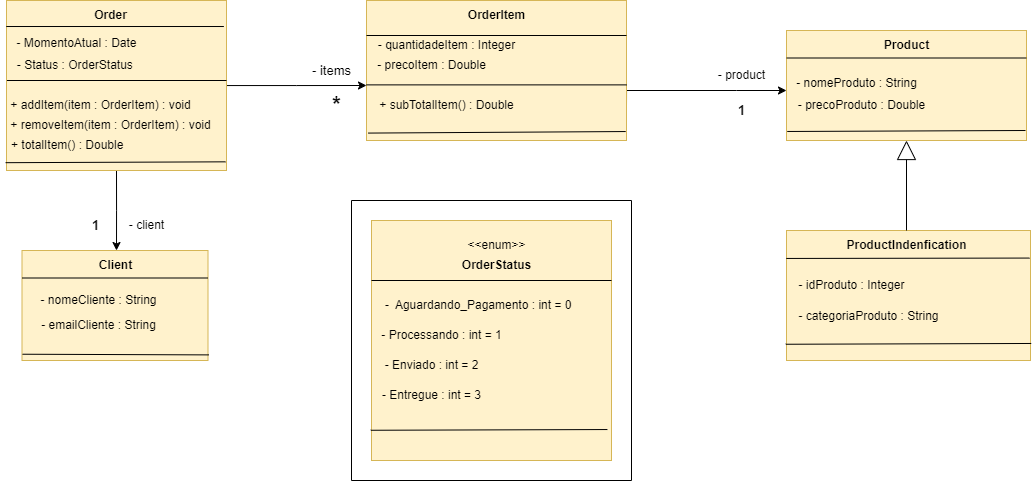
Earlier version of the draw.io export Imagens/Arquitetura_updated.drawio.png (devpaulojr/OrderingSystem). Source tidied: cells renumbered, new cells last; positions are measured from the earlier drawing's top-left corner, leaving out a move shared by most shapes.
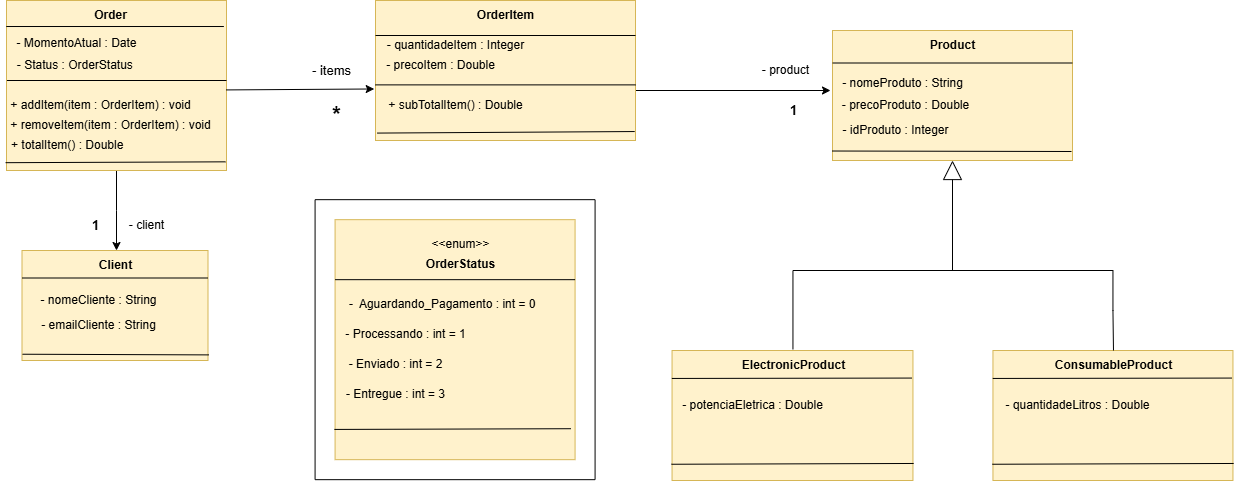
Later version of the same file.

Commit message:
nova atualização

The edit, as a diff of the source:
```diff
@@ -7,11 +7,6 @@
         <mxPoint x="116" y="250" as="targetPoint" />
       </mxGeometry>
     </mxCell>
-    <mxCell id="3" style="edgeStyle=orthogonalEdgeStyle;rounded=0;jettySize=auto;html=1;" parent="1" edge="1" source="4">
-      <mxGeometry relative="1" as="geometry">
-        <mxPoint x="366" y="85" as="targetPoint" />
-      </mxGeometry>
-    </mxCell>
     <mxCell id="4" style="rounded=0;whiteSpace=wrap;html=1;fillColor=#fff2cc;strokeColor=#d6b656;" parent="1" vertex="1">
       <mxGeometry x="6" width="220" height="170" as="geometry" />
     </mxCell>
@@ -57,50 +52,48 @@
     <mxCell id="17" style="endArrow=none;html=1;rounded=0;entryX=0;entryY=0.25;entryDx=0;entryDy=0;exitX=1;exitY=0.25;exitDx=0;exitDy=0;" parent="1" edge="1" source="13" target="13">
       <mxGeometry relative="1" as="geometry" />
     </mxCell>
-    <mxCell id="18" style="edgeStyle=orthogonalEdgeStyle;rounded=0;jettySize=auto;html=1;exitX=1;exitY=0.75;exitDx=0;exitDy=0;" parent="1" edge="1" source="19">
+    <mxCell id="18" style="edgeStyle=orthogonalEdgeStyle;rounded=0;jettySize=auto;html=1;exitX=1;exitY=0.75;exitDx=0;exitDy=0;entryX=0;entryY=0;entryDx=0;entryDy=0;entryPerimeter=0;" parent="1" edge="1" source="19" target="29">
       <mxGeometry relative="1" as="geometry">
-        <mxPoint x="786" y="90" as="targetPoint" />
         <Array as="points">
-          <mxPoint x="736" y="90" />
-          <mxPoint x="736" y="90" />
+          <mxPoint x="626" y="90" />
         </Array>
       </mxGeometry>
     </mxCell>
     <mxCell id="19" style="rounded=0;whiteSpace=wrap;html=1;fillColor=#fff2cc;strokeColor=#d6b656;" parent="1" vertex="1">
-      <mxGeometry x="366" width="260" height="140" as="geometry" />
+      <mxGeometry x="375" width="260" height="140" as="geometry" />
     </mxCell>
     <mxCell id="20" value="&lt;b&gt;OrderItem&lt;/b&gt;" style="text;html=1;align=center;verticalAlign=middle;strokeColor=none;fillColor=none;" parent="1" vertex="1">
-      <mxGeometry x="456" width="80" height="30" as="geometry" />
+      <mxGeometry x="465" width="80" height="30" as="geometry" />
     </mxCell>
     <mxCell id="21" style="endArrow=none;html=1;rounded=0;entryX=1;entryY=0.25;entryDx=0;entryDy=0;exitX=0;exitY=0.25;exitDx=0;exitDy=0;elbow=vertical;" parent="1" edge="1" source="19" target="19">
       <mxGeometry relative="1" as="geometry" />
     </mxCell>
     <mxCell id="22" value="- quantidadeItem : Integer" style="text;html=1;align=center;verticalAlign=middle;strokeColor=none;fillColor=none;" parent="1" vertex="1">
-      <mxGeometry x="366" y="30" width="160" height="30" as="geometry" />
+      <mxGeometry x="375" y="30" width="160" height="30" as="geometry" />
     </mxCell>
     <mxCell id="23" value="- precoItem : Double" style="text;html=1;align=center;verticalAlign=middle;strokeColor=none;fillColor=none;" parent="1" vertex="1">
-      <mxGeometry x="366" y="50" width="130" height="30" as="geometry" />
+      <mxGeometry x="375" y="50" width="130" height="30" as="geometry" />
     </mxCell>
     <mxCell id="24" style="endArrow=none;html=1;rounded=0;entryX=1;entryY=0.75;entryDx=0;entryDy=0;exitX=0;exitY=0.75;exitDx=0;exitDy=0;" parent="1" edge="1">
       <mxGeometry relative="1" as="geometry">
-        <mxPoint x="366" y="84.4" as="sourcePoint" />
-        <mxPoint x="626" y="84.4" as="targetPoint" />
+        <mxPoint x="375" y="84.4" as="sourcePoint" />
+        <mxPoint x="635" y="84.4" as="targetPoint" />
       </mxGeometry>
     </mxCell>
     <mxCell id="25" value="+ subTotalItem() : Double" style="text;html=1;align=center;verticalAlign=middle;strokeColor=none;fillColor=none;" parent="1" vertex="1">
-      <mxGeometry x="366" y="90" width="160" height="30" as="geometry" />
+      <mxGeometry x="375" y="90" width="160" height="30" as="geometry" />
     </mxCell>
     <mxCell id="26" style="rounded=0;whiteSpace=wrap;html=1;fillColor=#fff2cc;strokeColor=#d6b656;" parent="1" vertex="1">
-      <mxGeometry x="786" y="30" width="240" height="110" as="geometry" />
+      <mxGeometry x="832" y="30" width="240" height="130" as="geometry" />
     </mxCell>
     <mxCell id="27" value="&lt;b&gt;Product&lt;/b&gt;" style="text;html=1;align=center;verticalAlign=middle;strokeColor=none;fillColor=none;" parent="1" vertex="1">
-      <mxGeometry x="871" y="30" width="70" height="30" as="geometry" />
+      <mxGeometry x="917" y="30" width="70" height="30" as="geometry" />
     </mxCell>
     <mxCell id="28" value="- nomeProduto : String&lt;div&gt;&lt;div&gt;&lt;br&gt;&lt;/div&gt;&lt;/div&gt;" style="text;html=1;align=center;verticalAlign=middle;strokeColor=none;fillColor=none;" parent="1" vertex="1">
-      <mxGeometry x="786" y="70" width="140" height="40" as="geometry" />
+      <mxGeometry x="832" y="70" width="140" height="40" as="geometry" />
     </mxCell>
     <mxCell id="29" value="- precoProduto : Double" style="text;html=1;align=center;verticalAlign=middle;points=[];strokeColor=none;fillColor=none;" parent="1" vertex="1">
-      <mxGeometry x="786" y="90" width="150" height="30" as="geometry" />
+      <mxGeometry x="830" y="90" width="150" height="30" as="geometry" />
     </mxCell>
     <mxCell id="30" style="endArrow=none;html=1;rounded=0;entryX=1;entryY=0.25;entryDx=0;entryDy=0;exitX=0;exitY=0.25;exitDx=0;exitDy=0;" parent="1" edge="1" source="26" target="26">
       <mxGeometry relative="1" as="geometry" />
@@ -114,64 +107,64 @@
     <mxCell id="33" style="endArrow=none;html=1;rounded=0;exitX=0.006;exitY=0.947;exitDx=0;exitDy=0;exitPerimeter=0;entryX=0.997;entryY=0.936;entryDx=0;entryDy=0;entryPerimeter=0;" parent="1" edge="1" source="19" target="19">
       <mxGeometry relative="1" as="geometry" />
     </mxCell>
-    <mxCell id="34" style="endArrow=none;html=1;rounded=0;entryX=0.003;entryY=0.918;entryDx=0;entryDy=0;entryPerimeter=0;" parent="1" edge="1" target="26">
+    <mxCell id="34" style="endArrow=none;html=1;rounded=0;entryX=-0.002;entryY=0.927;entryDx=0;entryDy=0;entryPerimeter=0;" parent="1" edge="1" target="26">
       <mxGeometry relative="1" as="geometry">
-        <mxPoint x="1025" y="130" as="sourcePoint" />
+        <mxPoint x="1071" y="151" as="sourcePoint" />
       </mxGeometry>
     </mxCell>
     <mxCell id="35" style="whiteSpace=wrap;html=1;fillColor=#fff2cc;strokeColor=#d6b656;" parent="1" vertex="1">
-      <mxGeometry x="371" y="220" width="240" height="240" as="geometry" />
+      <mxGeometry x="334.6" y="219.2" width="240" height="240" as="geometry" />
     </mxCell>
     <mxCell id="36" value="&amp;lt;&amp;lt;enum&amp;gt;&amp;gt;" style="text;html=1;align=center;verticalAlign=middle;strokeColor=none;fillColor=none;" parent="1" vertex="1">
-      <mxGeometry x="456" y="230" width="80" height="30" as="geometry" />
+      <mxGeometry x="419.6" y="229.2" width="80" height="30" as="geometry" />
     </mxCell>
     <mxCell id="37" value="&lt;b&gt;OrderStatus&lt;/b&gt;" style="text;html=1;align=center;verticalAlign=middle;strokeColor=none;fillColor=none;" parent="1" vertex="1">
-      <mxGeometry x="451" y="250" width="90" height="30" as="geometry" />
+      <mxGeometry x="414.6" y="249.2" width="90" height="30" as="geometry" />
     </mxCell>
     <mxCell id="38" style="endArrow=none;html=1;rounded=0;exitX=0;exitY=0.25;exitDx=0;exitDy=0;entryX=1;entryY=0.25;entryDx=0;entryDy=0;" parent="1" edge="1" source="35" target="35">
       <mxGeometry relative="1" as="geometry" />
     </mxCell>
     <mxCell id="39" value="-&amp;nbsp; Aguardando_Pagamento : int = 0&amp;nbsp;&amp;nbsp;" style="text;html=1;align=center;verticalAlign=middle;strokeColor=none;fillColor=none;" parent="1" vertex="1">
-      <mxGeometry x="371" y="290" width="220" height="30" as="geometry" />
+      <mxGeometry x="334.6" y="289.2" width="220" height="30" as="geometry" />
     </mxCell>
     <mxCell id="40" value="- Processando : int = 1" style="text;html=1;align=center;verticalAlign=middle;strokeColor=none;fillColor=none;" parent="1" vertex="1">
-      <mxGeometry x="371" y="320" width="140" height="30" as="geometry" />
+      <mxGeometry x="334.6" y="319.2" width="140" height="30" as="geometry" />
     </mxCell>
     <mxCell id="41" value="- Enviado : int = 2" style="text;html=1;align=center;verticalAlign=middle;strokeColor=none;fillColor=none;" parent="1" vertex="1">
-      <mxGeometry x="371" y="350" width="120" height="30" as="geometry" />
+      <mxGeometry x="334.6" y="349.2" width="120" height="30" as="geometry" />
     </mxCell>
     <mxCell id="42" value="- Entregue : int = 3" style="text;html=1;align=center;verticalAlign=middle;strokeColor=none;fillColor=none;" parent="1" vertex="1">
-      <mxGeometry x="371" y="380" width="120" height="30" as="geometry" />
+      <mxGeometry x="334.6" y="379.2" width="120" height="30" as="geometry" />
     </mxCell>
     <mxCell id="43" style="endArrow=none;html=1;rounded=0;exitX=-0.003;exitY=0.874;exitDx=0;exitDy=0;exitPerimeter=0;entryX=0.983;entryY=0.871;entryDx=0;entryDy=0;entryPerimeter=0;" parent="1" edge="1" source="35" target="35">
       <mxGeometry relative="1" as="geometry" />
     </mxCell>
     <mxCell id="44" style="endArrow=none;html=1;rounded=0;" parent="1" edge="1">
       <mxGeometry relative="1" as="geometry">
-        <mxPoint x="631" y="200" as="sourcePoint" />
-        <mxPoint x="351" y="200" as="targetPoint" />
+        <mxPoint x="594.6" y="199.2" as="sourcePoint" />
+        <mxPoint x="314.6" y="199.2" as="targetPoint" />
       </mxGeometry>
     </mxCell>
     <mxCell id="45" style="endArrow=none;html=1;rounded=0;" parent="1" edge="1">
       <mxGeometry relative="1" as="geometry">
-        <mxPoint x="351" y="480" as="sourcePoint" />
-        <mxPoint x="351" y="200" as="targetPoint" />
+        <mxPoint x="314.6" y="479.2" as="sourcePoint" />
+        <mxPoint x="314.6" y="199.2" as="targetPoint" />
       </mxGeometry>
     </mxCell>
     <mxCell id="46" style="endArrow=none;html=1;rounded=0;" parent="1" edge="1">
       <mxGeometry relative="1" as="geometry">
-        <mxPoint x="631" y="480" as="sourcePoint" />
-        <mxPoint x="631" y="200" as="targetPoint" />
+        <mxPoint x="594.6" y="479.2" as="sourcePoint" />
+        <mxPoint x="594.6" y="199.2" as="targetPoint" />
       </mxGeometry>
     </mxCell>
     <mxCell id="47" style="endArrow=none;html=1;rounded=0;" parent="1" edge="1">
       <mxGeometry relative="1" as="geometry">
-        <mxPoint x="351" y="480" as="sourcePoint" />
-        <mxPoint x="631" y="480" as="targetPoint" />
+        <mxPoint x="314.6" y="479.2" as="sourcePoint" />
+        <mxPoint x="594.6" y="479.2" as="targetPoint" />
       </mxGeometry>
     </mxCell>
     <mxCell id="48" value="&lt;b style=&quot;font-size: 22px;&quot;&gt;*&lt;/b&gt;" style="text;html=1;align=center;verticalAlign=middle;strokeColor=none;fillColor=none;spacingTop=-1;fontSize=22;" parent="1" vertex="1">
-      <mxGeometry x="321" y="85" width="30" height="40" as="geometry" />
+      <mxGeometry x="321" y="95" width="30" height="40" as="geometry" />
     </mxCell>
     <mxCell id="49" value="- items" style="text;html=1;align=center;verticalAlign=middle;strokeColor=none;fillColor=none;fontSize=13;" parent="1" vertex="1">
       <mxGeometry x="301" y="55" width="60" height="30" as="geometry" />
@@ -183,31 +176,71 @@
       <mxGeometry x="116" y="210" width="60" height="30" as="geometry" />
     </mxCell>
     <mxCell id="52" value="- product" style="text;html=1;align=center;verticalAlign=middle;strokeColor=none;fillColor=none;" parent="1" vertex="1">
-      <mxGeometry x="706" y="60" width="70" height="30" as="geometry" />
+      <mxGeometry x="750" y="55" width="70" height="30" as="geometry" />
     </mxCell>
     <mxCell id="53" value="&lt;b&gt;&lt;font style=&quot;font-size: 13px;&quot;&gt;1&lt;/font&gt;&lt;/b&gt;" style="text;html=1;align=center;verticalAlign=middle;strokeColor=none;fillColor=none;" parent="1" vertex="1">
-      <mxGeometry x="726" y="95" width="30" height="30" as="geometry" />
+      <mxGeometry x="778.2" y="95" width="30" height="30" as="geometry" />
     </mxCell>
     <mxCell id="54" style="rounded=0;whiteSpace=wrap;html=1;fillColor=#fff2cc;strokeColor=#d6b656;" parent="1" vertex="1">
-      <mxGeometry x="786" y="230" width="244" height="130" as="geometry" />
+      <mxGeometry x="671.6" y="350" width="240.9" height="130" as="geometry" />
     </mxCell>
-    <mxCell id="55" style="edgeStyle=orthogonalEdgeStyle;rounded=0;jettySize=auto;html=1;entryX=0.5;entryY=1;entryDx=0;entryDy=0;endArrow=block;endFill=0;startSize=10;endSize=17;" parent="1" edge="1" source="56" target="26">
-      <mxGeometry relative="1" as="geometry" />
-    </mxCell>
-    <mxCell id="56" value="&lt;b&gt;ProductIndenfication&lt;/b&gt;" style="text;html=1;align=center;verticalAlign=middle;points=[];strokeColor=none;fillColor=none;" parent="1" vertex="1">
-      <mxGeometry x="836" y="230" width="140" height="30" as="geometry" />
+    <mxCell id="56" value="&lt;b&gt;ElectronicProduct&lt;/b&gt;" style="text;html=1;align=center;verticalAlign=middle;points=[];strokeColor=none;fillColor=none;" parent="1" vertex="1">
+      <mxGeometry x="728.2" y="350" width="130" height="30" as="geometry" />
     </mxCell>
     <mxCell id="57" style="endArrow=none;html=1;rounded=0;entryX=0.996;entryY=0.212;entryDx=0;entryDy=0;entryPerimeter=0;exitX=-0.001;exitY=0.215;exitDx=0;exitDy=0;exitPerimeter=0;" parent="1" edge="1" source="54" target="54">
       <mxGeometry relative="1" as="geometry" />
     </mxCell>
     <mxCell id="58" value="- idProduto : Integer" style="text;html=1;align=center;verticalAlign=middle;strokeColor=none;fillColor=none;" parent="1" vertex="1">
-      <mxGeometry x="786" y="270" width="130" height="30" as="geometry" />
+      <mxGeometry x="830" y="115" width="130" height="30" as="geometry" />
     </mxCell>
-    <mxCell id="59" value="- categoriaProduto : String" style="text;html=1;align=center;verticalAlign=middle;strokeColor=none;fillColor=none;" parent="1" vertex="1">
-      <mxGeometry x="788" y="301" width="160" height="30" as="geometry" />
-    </mxCell>
     <mxCell id="60" style="endArrow=none;html=1;rounded=0;entryX=1.003;entryY=0.869;entryDx=0;entryDy=0;entryPerimeter=0;exitX=-0.003;exitY=0.875;exitDx=0;exitDy=0;exitPerimeter=0;" parent="1" edge="1" source="54" target="54">
       <mxGeometry relative="1" as="geometry" />
     </mxCell>
+    <mxCell id="61" style="rounded=0;whiteSpace=wrap;html=1;fillColor=#fff2cc;strokeColor=#d6b656;" parent="1" vertex="1">
+      <mxGeometry x="992.5" y="350" width="240" height="130" as="geometry" />
+    </mxCell>
+    <mxCell id="62" value="&lt;b&gt;ConsumableProduct&lt;/b&gt;" style="text;html=1;align=center;verticalAlign=middle;points=[];strokeColor=none;fillColor=none;" parent="1" vertex="1">
+      <mxGeometry x="1043.2" y="350" width="140" height="30" as="geometry" />
+    </mxCell>
+    <mxCell id="63" style="endArrow=none;html=1;rounded=0;entryX=0.996;entryY=0.212;entryDx=0;entryDy=0;entryPerimeter=0;exitX=-0.001;exitY=0.215;exitDx=0;exitDy=0;exitPerimeter=0;" parent="1" edge="1" source="61" target="61">
+      <mxGeometry relative="1" as="geometry" />
+    </mxCell>
+    <mxCell id="64" style="endArrow=none;html=1;rounded=0;entryX=1.003;entryY=0.869;entryDx=0;entryDy=0;entryPerimeter=0;exitX=-0.003;exitY=0.875;exitDx=0;exitDy=0;exitPerimeter=0;" parent="1" edge="1" source="61" target="61">
+      <mxGeometry relative="1" as="geometry" />
+    </mxCell>
+    <mxCell id="65" value="- potenciaEletrica : Double" style="text;html=1;align=center;verticalAlign=middle;strokeColor=none;fillColor=none;" parent="1" vertex="1">
+      <mxGeometry x="672.5" y="390" width="160" height="30" as="geometry" />
+    </mxCell>
+    <mxCell id="66" value="- quantidadeLitros : Double" style="text;html=1;align=center;verticalAlign=middle;strokeColor=none;fillColor=none;" parent="1" vertex="1">
+      <mxGeometry x="992.5" y="390" width="170" height="30" as="geometry" />
+    </mxCell>
+    <mxCell id="67" style="endArrow=none;html=1;rounded=0;" parent="1" edge="1">
+      <mxGeometry relative="1" as="geometry">
+        <mxPoint x="792.5" y="349" as="sourcePoint" />
+        <mxPoint x="792.5" y="270" as="targetPoint" />
+      </mxGeometry>
+    </mxCell>
+    <mxCell id="68" style="endArrow=none;html=1;rounded=0;" parent="1" edge="1" source="62">
+      <mxGeometry relative="1" as="geometry">
+        <mxPoint x="1112.5" y="270" as="targetPoint" />
+        <Array as="points">
+          <mxPoint x="1112.5" y="310" />
+        </Array>
+      </mxGeometry>
+    </mxCell>
+    <mxCell id="69" style="endArrow=none;html=1;rounded=0;" parent="1" edge="1">
+      <mxGeometry relative="1" as="geometry">
+        <mxPoint x="792.5" y="270" as="sourcePoint" />
+        <mxPoint x="1112.5" y="270" as="targetPoint" />
+      </mxGeometry>
+    </mxCell>
+    <mxCell id="70" style="endArrow=block;html=1;rounded=0;endFill=0;endSize=17;entryX=0.5;entryY=1;entryDx=0;entryDy=0;" parent="1" edge="1" target="26">
+      <mxGeometry relative="1" as="geometry">
+        <mxPoint x="952" y="270" as="sourcePoint" />
+      </mxGeometry>
+    </mxCell>
+    <mxCell id="71" style="endArrow=classic;html=1;rounded=0;exitX=0.998;exitY=0.526;exitDx=0;exitDy=0;exitPerimeter=0;entryX=-0.005;entryY=0.632;entryDx=0;entryDy=0;entryPerimeter=0;" parent="1" edge="1" source="4" target="19">
+      <mxGeometry relative="1" as="geometry" />
+    </mxCell>
   </root>
 </mxGraphModel>
```
